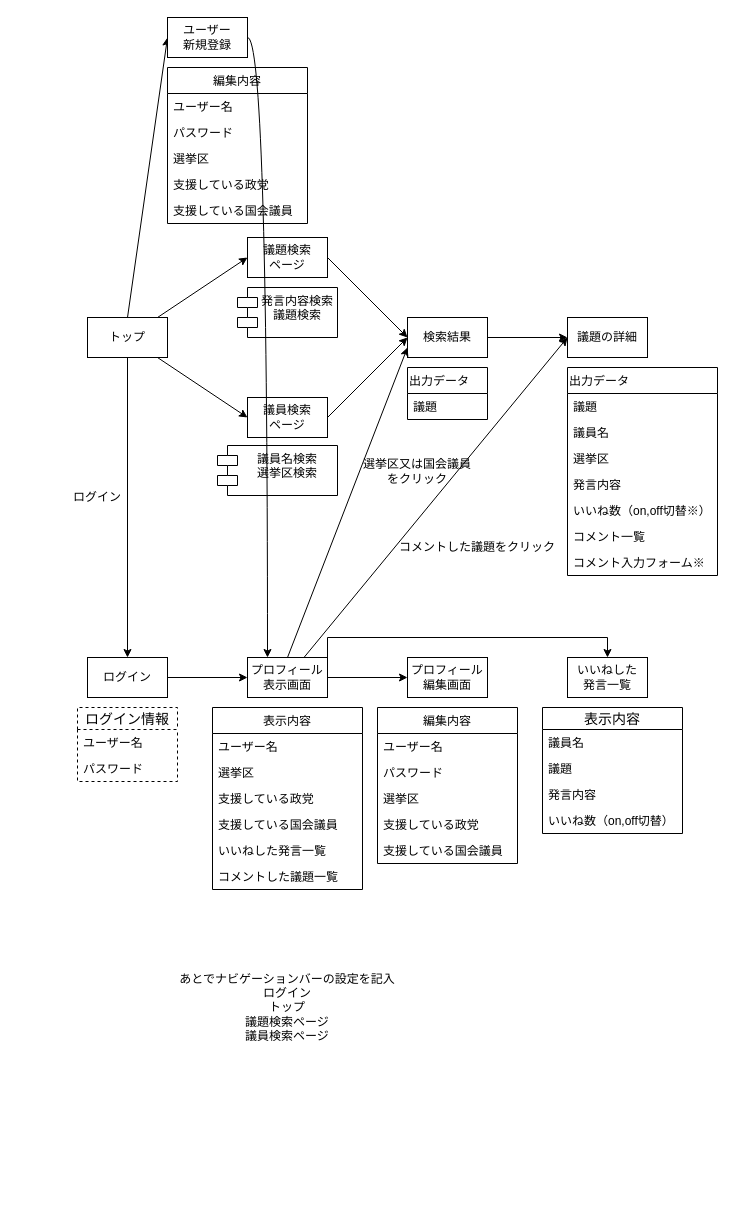
Above: Untitled Diagram.drawio in tukuhuse/myportfolio (draw.io), before the change. Source tidied: cells renumbered, new cells numbered last; positions are measured from the earlier drawing's top-left corner, leaving out a move shared by most shapes. Both pictures are drawn from the tidied source at 100%, with x=0, y=0 at pixel (27, 17).
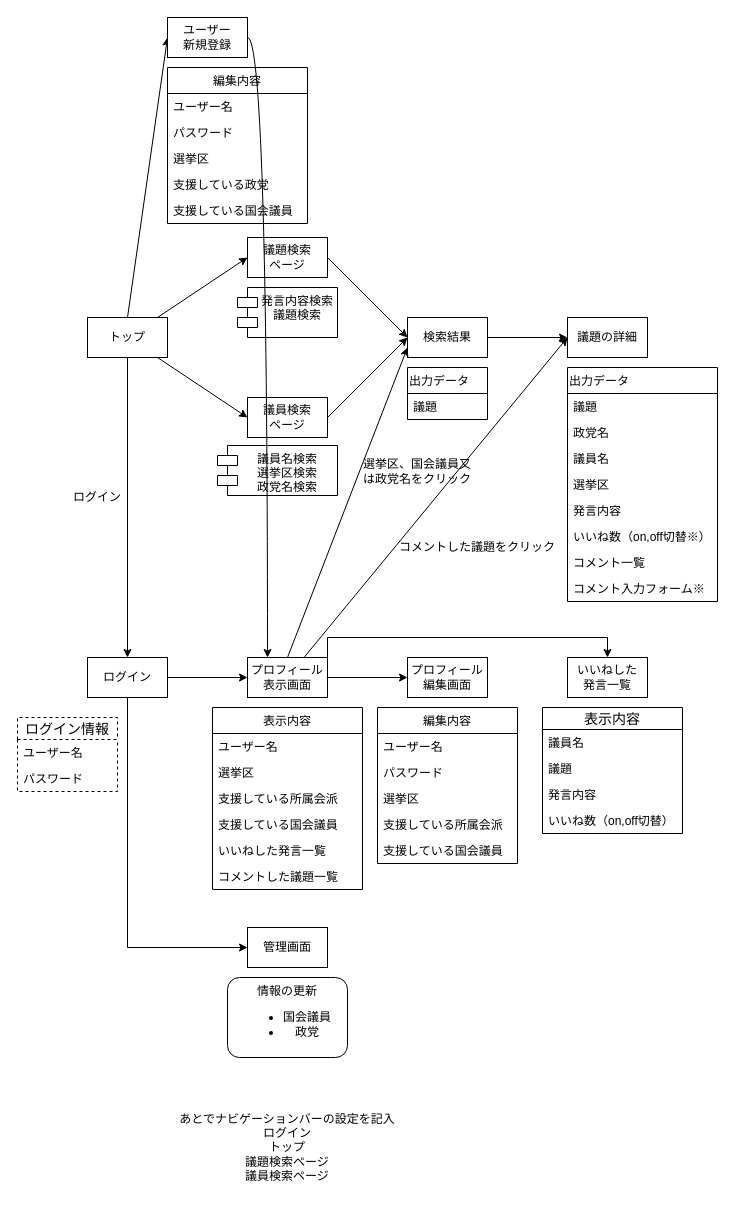
The same page after the edit.

The change refers to these unchanged cells:
```xml
<mxCell id="28" value="ログイン" style="rounded=0;whiteSpace=wrap;html=1;align=center;" parent="1" vertex="1">
  <mxGeometry x="60" y="640" width="80" height="40" as="geometry" />
</mxCell>
<mxCell id="39" value="表示内容" style="swimlane;fontStyle=0;horizontal=1;startSize=26;fillColor=none;" parent="1" vertex="1">
  <mxGeometry x="185" y="690" width="150" height="182" as="geometry" />
</mxCell>
<mxCell id="46" value="編集内容" style="swimlane;fontStyle=0;horizontal=1;startSize=26;fillColor=none;" parent="1" vertex="1">
  <mxGeometry x="350" y="690" width="140" height="156" as="geometry" />
</mxCell>
```

Diff of the diagram source:
```diff
@@
-    <mxCell id="16" value="議員名検索&#10;選挙区検索" style="shape=module;align=left;spacingLeft=20;align=center;verticalAlign=top;" parent="1" vertex="1">
+    <mxCell id="16" value="議員名検索&#10;選挙区検索&#10;政党名検索" style="shape=module;align=left;spacingLeft=20;align=center;verticalAlign=top;" parent="1" vertex="1">
       <mxGeometry x="190" y="428" width="120" height="50" as="geometry" />
     </mxCell>
@@
     <mxCell id="19" value="出力データ" style="swimlane;fontStyle=0;horizontal=1;startSize=26;fillColor=none;align=left;" parent="1" vertex="1">
-      <mxGeometry x="540" y="350" width="150" height="208" as="geometry" />
+      <mxGeometry x="540" y="350" width="150" height="234" as="geometry" />
     </mxCell>
@@
+    <mxCell id="69" value="政党名" style="text;strokeColor=none;fillColor=none;align=left;verticalAlign=top;spacingLeft=4;spacingRight=4;overflow=hidden;" parent="19" vertex="1">
+      <mxGeometry y="52" width="150" height="26" as="geometry" />
+    </mxCell>
     <mxCell id="21" value="議員名" style="text;strokeColor=none;fillColor=none;align=left;verticalAlign=top;spacingLeft=4;spacingRight=4;overflow=hidden;" parent="19" vertex="1">
-      <mxGeometry y="52" width="150" height="26" as="geometry" />
+      <mxGeometry y="78" width="150" height="26" as="geometry" />
     </mxCell>
     <mxCell id="22" value="選挙区" style="text;strokeColor=none;fillColor=none;align=left;verticalAlign=top;spacingLeft=4;spacingRight=4;overflow=hidden;" parent="19" vertex="1">
-      <mxGeometry y="78" width="150" height="26" as="geometry" />
+      <mxGeometry y="104" width="150" height="26" as="geometry" />
     </mxCell>
     <mxCell id="23" value="発言内容" style="text;strokeColor=none;fillColor=none;align=left;verticalAlign=top;spacingLeft=4;spacingRight=4;overflow=hidden;" parent="19" vertex="1">
-      <mxGeometry y="104" width="150" height="26" as="geometry" />
+      <mxGeometry y="130" width="150" height="26" as="geometry" />
     </mxCell>
     <mxCell id="24" value="いいね数（on,off切替※）" style="text;strokeColor=none;fillColor=none;align=left;verticalAlign=top;spacingLeft=4;spacingRight=4;overflow=hidden;" parent="19" vertex="1">
-      <mxGeometry y="130" width="150" height="26" as="geometry" />
+      <mxGeometry y="156" width="150" height="26" as="geometry" />
     </mxCell>
     <mxCell id="25" value="コメント一覧" style="text;strokeColor=none;fillColor=none;align=left;verticalAlign=top;spacingLeft=4;spacingRight=4;overflow=hidden;" parent="19" vertex="1">
-      <mxGeometry y="156" width="150" height="26" as="geometry" />
+      <mxGeometry y="182" width="150" height="26" as="geometry" />
     </mxCell>
     <mxCell id="26" value="コメント入力フォーム※" style="text;strokeColor=none;fillColor=none;align=left;verticalAlign=top;spacingLeft=4;spacingRight=4;overflow=hidden;" parent="19" vertex="1">
-      <mxGeometry y="182" width="150" height="26" as="geometry" />
+      <mxGeometry y="208" width="150" height="26" as="geometry" />
     </mxCell>
@@
+    <mxCell id="70" style="edgeStyle=orthogonalEdgeStyle;rounded=0;jettySize=auto;html=1;entryX=0;entryY=0.5;entryDx=0;entryDy=0;" parent="1" edge="1" source="28" target="71">
+      <mxGeometry relative="1" as="geometry">
+        <Array as="points">
+          <mxPoint x="100" y="930" />
+        </Array>
+      </mxGeometry>
+    </mxCell>
@@
+    <mxCell id="71" value="管理画面" style="rounded=0;whiteSpace=wrap;html=1;align=center;" parent="1" vertex="1">
+      <mxGeometry x="220" y="910" width="80" height="40" as="geometry" />
+    </mxCell>
@@
-    <mxCell id="36" value="ログイン情報" style="swimlane;fontStyle=0;horizontal=1;startSize=22;fillColor=none;swimlaneFillColor=#ffffff;align=center;fontSize=14;dashed=1;" parent="1" vertex="1">
-      <mxGeometry x="50" y="690" width="100" height="74" as="geometry" />
-    </mxCell>
-    <mxCell id="37" value="ユーザー名" style="text;strokeColor=none;fillColor=none;spacingLeft=4;spacingRight=4;overflow=hidden;fontSize=12;" parent="36" vertex="1">
-      <mxGeometry y="22" width="100" height="26" as="geometry" />
-    </mxCell>
-    <mxCell id="38" value="パスワード" style="text;strokeColor=none;fillColor=none;spacingLeft=4;spacingRight=4;overflow=hidden;fontSize=12;" parent="36" vertex="1">
-      <mxGeometry y="48" width="100" height="26" as="geometry" />
-    </mxCell>
@@
-    <mxCell id="42" value="支援している政党" style="text;strokeColor=none;fillColor=none;align=left;verticalAlign=top;spacingLeft=4;spacingRight=4;overflow=hidden;" parent="39" vertex="1">
+    <mxCell id="42" value="支援している所属会派" style="text;strokeColor=none;fillColor=none;align=left;verticalAlign=top;spacingLeft=4;spacingRight=4;overflow=hidden;" parent="39" vertex="1">
       <mxGeometry y="78" width="150" height="26" as="geometry" />
     </mxCell>
@@
-    <mxCell id="50" value="支援している政党" style="text;strokeColor=none;fillColor=none;align=left;verticalAlign=top;spacingLeft=4;spacingRight=4;overflow=hidden;" parent="46" vertex="1">
+    <mxCell id="50" value="支援している所属会派" style="text;strokeColor=none;fillColor=none;align=left;verticalAlign=top;spacingLeft=4;spacingRight=4;overflow=hidden;" parent="46" vertex="1">
       <mxGeometry y="104" width="140" height="26" as="geometry" />
     </mxCell>
@@
     <mxCell id="58" value="あとでナビゲーションバーの設定を記入&lt;br&gt;ログイン&lt;br&gt;トップ&lt;br&gt;議題検索ページ&lt;br&gt;議員検索ページ" style="text;html=1;strokeColor=none;fillColor=none;align=center;verticalAlign=middle;whiteSpace=wrap;rounded=0;" parent="1" vertex="1">
-      <mxGeometry x="130" y="930" width="260" height="120" as="geometry" />
+      <mxGeometry x="130" y="1070" width="260" height="120" as="geometry" />
     </mxCell>
@@
-    <mxCell id="60" value="選挙区又は国会議員をクリック" style="text;html=1;strokeColor=none;fillColor=none;align=center;verticalAlign=middle;whiteSpace=wrap;rounded=0;" parent="1" vertex="1">
+    <mxCell id="60" value="選挙区、国会議員又は政党名をクリック" style="text;html=1;strokeColor=none;fillColor=none;align=center;verticalAlign=middle;whiteSpace=wrap;rounded=0;" parent="1" vertex="1">
       <mxGeometry x="335" y="414" width="110" height="80" as="geometry" />
     </mxCell>
@@
+    <mxCell id="36" value="ログイン情報" style="swimlane;fontStyle=0;horizontal=1;startSize=22;fillColor=none;swimlaneFillColor=#ffffff;align=center;fontSize=14;dashed=1;" parent="1" vertex="1">
+      <mxGeometry x="-10" y="700" width="100" height="74" as="geometry" />
+    </mxCell>
+    <mxCell id="37" value="ユーザー名" style="text;strokeColor=none;fillColor=none;spacingLeft=4;spacingRight=4;overflow=hidden;fontSize=12;" parent="36" vertex="1">
+      <mxGeometry y="22" width="100" height="26" as="geometry" />
+    </mxCell>
+    <mxCell id="38" value="パスワード" style="text;strokeColor=none;fillColor=none;spacingLeft=4;spacingRight=4;overflow=hidden;fontSize=12;" parent="36" vertex="1">
+      <mxGeometry y="48" width="100" height="26" as="geometry" />
+    </mxCell>
+    <mxCell id="72" value="情報の更新&lt;br&gt;&lt;ul&gt;&lt;li&gt;国会議員&lt;/li&gt;&lt;li&gt;政党&lt;/li&gt;&lt;/ul&gt;" style="shape=ext;rounded=1;html=1;whiteSpace=wrap;" parent="1" vertex="1">
+      <mxGeometry x="200" y="960" width="120" height="80" as="geometry" />
+    </mxCell>
```
